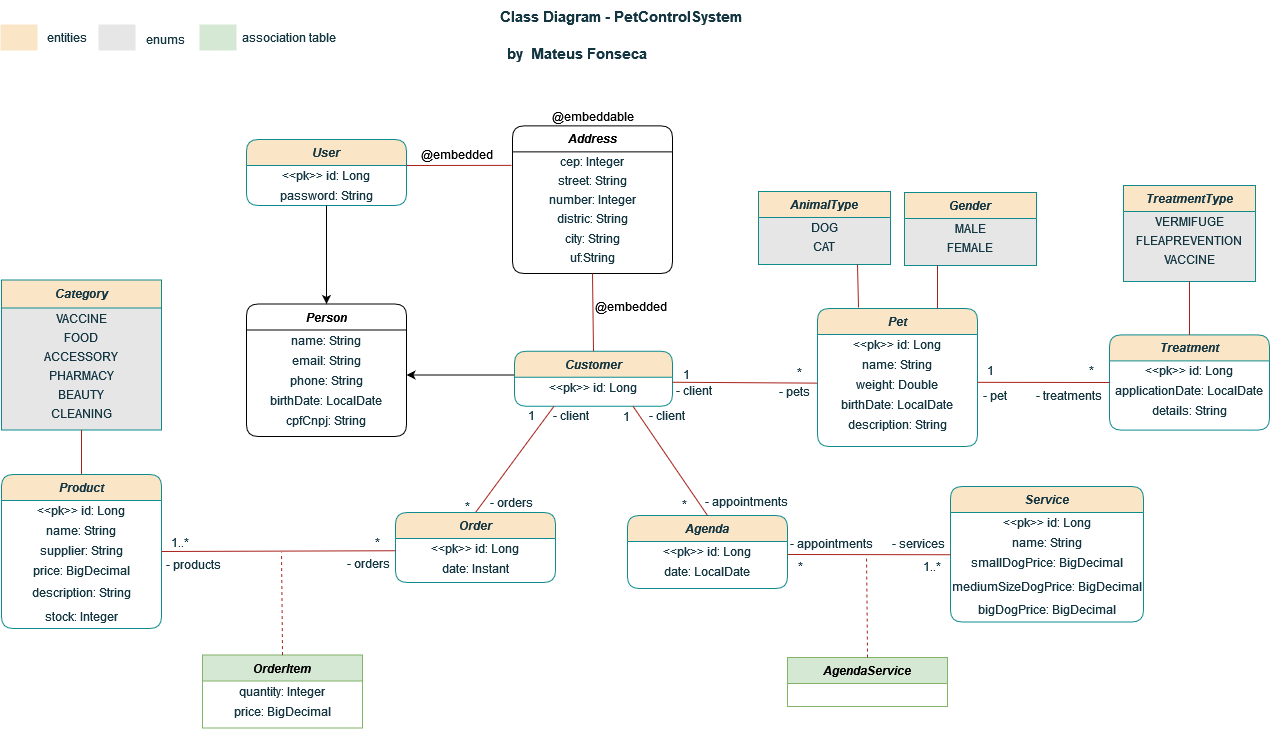
This is diagrams/class-diagram.png from mateusf-prog/petcontrol-system, a draw.io export, as it was before one commit. Source tidied: cells renumbered, new cells last; positions are measured from the earlier drawing's top-left corner, leaving out a move shared by most shapes.
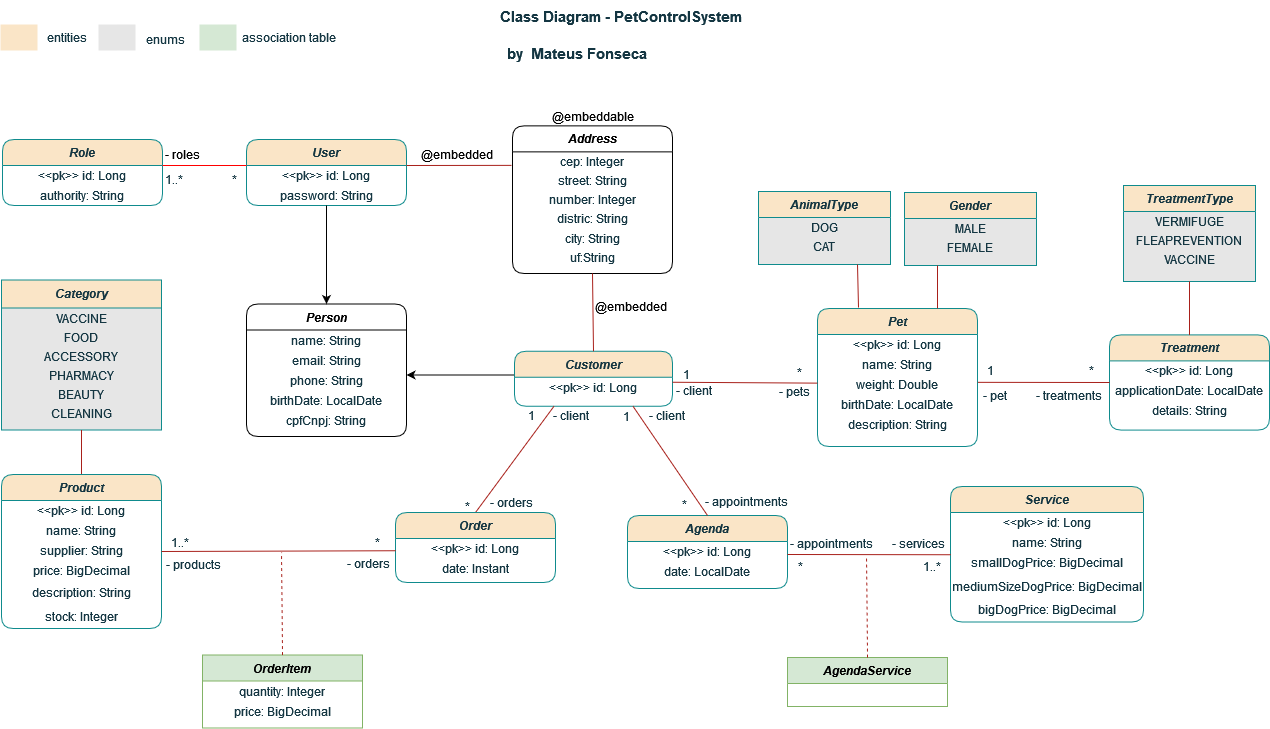
After the commit.

Commit message:
create role entity and relating User-Role

Diff of the diagram source:
```diff
@@ -388,5 +388,26 @@
     <mxCell id="125" style="edgeStyle=orthogonalEdgeStyle;rounded=0;jettySize=auto;html=1;entryX=0.5;entryY=0;entryDx=0;entryDy=0;" parent="1" edge="1" source="13" target="119">
       <mxGeometry relative="1" as="geometry" />
     </mxCell>
+    <mxCell id="126" value="Role" style="swimlane;fontStyle=3;align=center;verticalAlign=top;horizontal=1;startSize=26;rounded=1;shadow=0;strokeWidth=1;labelBackgroundColor=none;fillColor=#FAE5C7;strokeColor=#0F8B8D;fontColor=#143642;" parent="1" vertex="1">
+      <mxGeometry x="2" y="140" width="160" height="66" as="geometry" />
+    </mxCell>
+    <mxCell id="127" value="&amp;lt;&amp;lt;pk&amp;gt;&amp;gt; id: Long" style="text;html=1;align=center;verticalAlign=middle;whiteSpace=wrap;rounded=1;labelBackgroundColor=none;fontColor=#143642;" parent="126" vertex="1">
+      <mxGeometry y="26" width="160" height="20" as="geometry" />
+    </mxCell>
+    <mxCell id="128" value="authority: String" style="text;html=1;align=center;verticalAlign=middle;whiteSpace=wrap;rounded=1;labelBackgroundColor=none;fontColor=#143642;" parent="126" vertex="1">
+      <mxGeometry y="46" width="160" height="20" as="geometry" />
+    </mxCell>
+    <mxCell id="129" style="endArrow=none;html=1;rounded=0;entryX=1;entryY=0;entryDx=0;entryDy=0;exitX=0;exitY=0;exitDx=0;exitDy=0;strokeColor=#FF0000;" parent="1" edge="1" source="12" target="127">
+      <mxGeometry relative="1" as="geometry" />
+    </mxCell>
+    <mxCell id="130" value="1..*" style="text;html=1;align=center;verticalAlign=middle;whiteSpace=wrap;rounded=1;labelBackgroundColor=none;fontColor=#143642;" parent="1" vertex="1">
+      <mxGeometry x="162" y="174" width="24" height="12" as="geometry" />
+    </mxCell>
+    <mxCell id="131" value="- roles" style="text;html=1;align=center;verticalAlign=middle;whiteSpace=wrap;rounded=0;" parent="1" vertex="1">
+      <mxGeometry x="164" y="148.2" width="36.5" height="14.2" as="geometry" />
+    </mxCell>
+    <mxCell id="132" value="*" style="text;html=1;align=center;verticalAlign=middle;whiteSpace=wrap;rounded=1;labelBackgroundColor=none;fontColor=#143642;" parent="1" vertex="1">
+      <mxGeometry x="222" y="174" width="24" height="12" as="geometry" />
+    </mxCell>
   </root>
 </mxGraphModel>
```
